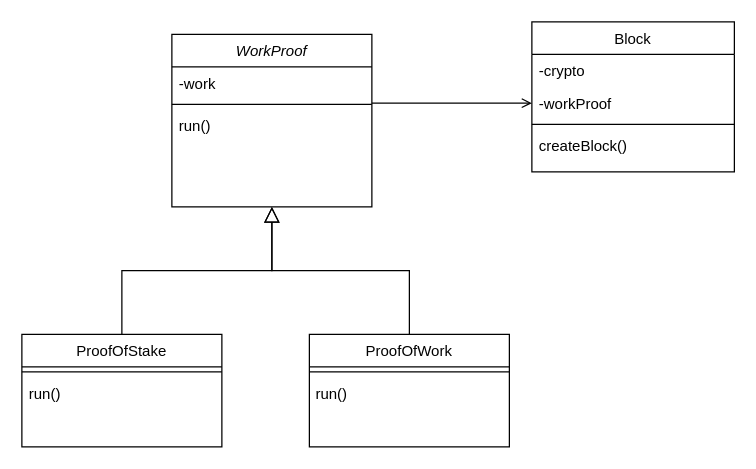
nazzzo/Block8 keeps this draw.io diagram as 제목 없는 다이어그램.drawio. Above is the earlier version. Source tidied: cells renumbered, new cells numbered last; positions are measured from the earlier drawing's top-left corner, leaving out a move shared by most shapes. Both pictures are drawn from the tidied source at 125%, with x=0, y=0 at pixel (21, 21).
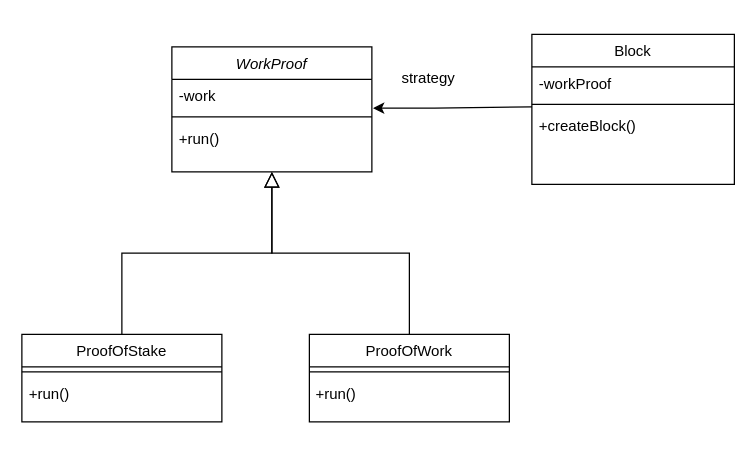
Above is the later version.

Commit message (it also covers changes not shown here):
제목 없는 다이어그램.drawio 업데이트

The change refers to these unchanged cells:
```xml
<mxCell id="3" value="-work" style="text;align=left;verticalAlign=top;spacingLeft=4;spacingRight=4;overflow=hidden;points=[[0,0.5],[1,0.5]];portConstraint=eastwest;rounded=0;shadow=0;html=0;" parent="2" vertex="1">
  <mxGeometry y="26" width="160" height="26" as="geometry" />
</mxCell>
```

Diff of the diagram source:
```diff
@@
     <mxCell id="2" value="WorkProof" style="swimlane;fontStyle=2;align=center;verticalAlign=top;horizontal=1;startSize=26;rounded=0;shadow=0;strokeWidth=1;" parent="1" vertex="1">
-      <mxGeometry x="120" y="10" width="160" height="138" as="geometry" />
+      <mxGeometry x="120" y="20" width="160" height="100" as="geometry" />
     </mxCell>
@@
-    <mxCell id="5" value="run()" style="text;align=left;verticalAlign=top;spacingLeft=4;spacingRight=4;overflow=hidden;" parent="2" vertex="1">
+    <mxCell id="5" value="+run()" style="text;align=left;verticalAlign=top;spacingLeft=4;spacingRight=4;overflow=hidden;" parent="2" vertex="1">
       <mxGeometry y="60" width="160" height="26" as="geometry" />
     </mxCell>
     <mxCell id="6" value="ProofOfStake" style="swimlane;fontStyle=0;align=center;verticalAlign=top;horizontal=1;startSize=26;rounded=0;shadow=0;strokeWidth=1;" parent="1" vertex="1">
-      <mxGeometry y="250" width="160" height="90" as="geometry" />
+      <mxGeometry y="250" width="160" height="70" as="geometry" />
     </mxCell>
@@
-    <mxCell id="8" value="run()" style="text;align=left;verticalAlign=top;spacingLeft=4;spacingRight=4;overflow=hidden;fontStyle=0;" parent="6" vertex="1">
+    <mxCell id="8" value="+run()" style="text;align=left;verticalAlign=top;spacingLeft=4;spacingRight=4;overflow=hidden;fontStyle=0;" parent="6" vertex="1">
       <mxGeometry y="34" width="160" height="26" as="geometry" />
     </mxCell>
@@
     <mxCell id="10" value="ProofOfWork" style="swimlane;fontStyle=0;align=center;verticalAlign=top;horizontal=1;startSize=26;rounded=0;shadow=0;strokeWidth=1;" parent="1" vertex="1">
-      <mxGeometry x="230" y="250" width="160" height="90" as="geometry" />
+      <mxGeometry x="230" y="250" width="160" height="70" as="geometry" />
     </mxCell>
@@
-    <mxCell id="12" value="&amp;nbsp;run()" style="text;html=1;align=left;verticalAlign=top;strokeColor=none;fillColor=none;fontStyle=0;" parent="10" vertex="1">
+    <mxCell id="12" value="&amp;nbsp;+run()" style="text;html=1;align=left;verticalAlign=top;strokeColor=none;fillColor=none;fontStyle=0;" parent="10" vertex="1">
       <mxGeometry y="34" width="160" height="30" as="geometry" />
     </mxCell>
@@
     <mxCell id="14" value="Block" style="swimlane;fontStyle=0;align=center;verticalAlign=top;horizontal=1;startSize=26;rounded=0;shadow=0;strokeWidth=1;" parent="1" vertex="1">
-      <mxGeometry x="408" width="162" height="120" as="geometry" />
+      <mxGeometry x="408" y="10" width="162" height="120" as="geometry" />
     </mxCell>
-    <mxCell id="15" value="-crypto" style="text;align=left;verticalAlign=top;spacingLeft=4;spacingRight=4;overflow=hidden;" parent="14" vertex="1">
-      <mxGeometry y="26" width="162" height="26" as="geometry" />
-    </mxCell>
     <mxCell id="16" value="-workProof" style="text;align=left;verticalAlign=top;spacingLeft=4;spacingRight=4;overflow=hidden;rounded=0;shadow=0;html=0;" parent="14" vertex="1">
-      <mxGeometry y="52" width="162" height="26" as="geometry" />
+      <mxGeometry y="26" width="162" height="26" as="geometry" />
     </mxCell>
     <mxCell id="17" style="line;html=1;strokeWidth=1;align=left;verticalAlign=middle;spacingTop=-1;spacingLeft=3;spacingRight=3;labelPosition=right;" parent="14" vertex="1">
-      <mxGeometry y="78" width="162" height="8" as="geometry" />
+      <mxGeometry y="52" width="162" height="8" as="geometry" />
     </mxCell>
-    <mxCell id="18" value="createBlock()" style="text;align=left;verticalAlign=top;spacingLeft=4;spacingRight=4;overflow=hidden;" parent="14" vertex="1">
-      <mxGeometry y="86" width="162" height="26" as="geometry" />
+    <mxCell id="18" value="+createBlock()" style="text;align=left;verticalAlign=top;spacingLeft=4;spacingRight=4;overflow=hidden;" parent="14" vertex="1">
+      <mxGeometry y="60" width="162" height="26" as="geometry" />
     </mxCell>
-    <mxCell id="19" style="endArrow=open;shadow=0;strokeWidth=1;rounded=0;endFill=1;edgeStyle=elbowEdgeStyle;elbow=vertical;" parent="1" edge="1" source="2" target="14">
-      <mxGeometry x="0.5" y="41" relative="1" as="geometry">
-        <mxPoint x="-40" y="32" as="offset" />
-      </mxGeometry>
-    </mxCell>
+    <mxCell id="20" value="strategy" style="text;html=1;align=center;verticalAlign=middle;strokeColor=none;fillColor=none;" parent="1" vertex="1">
+      <mxGeometry x="290" y="30" width="70" height="30" as="geometry" />
+    </mxCell>
+    <mxCell id="21" style="edgeStyle=none;jettySize=auto;html=1;rounded=0;entryX=1.006;entryY=0.885;entryDx=0;entryDy=0;entryPerimeter=0;" parent="1" edge="1" target="3">
+      <mxGeometry relative="1" as="geometry">
+        <mxPoint x="408" y="68" as="sourcePoint" />
+        <Array as="points">
+          <mxPoint x="330" y="69" />
+        </Array>
+      </mxGeometry>
+    </mxCell>
```
